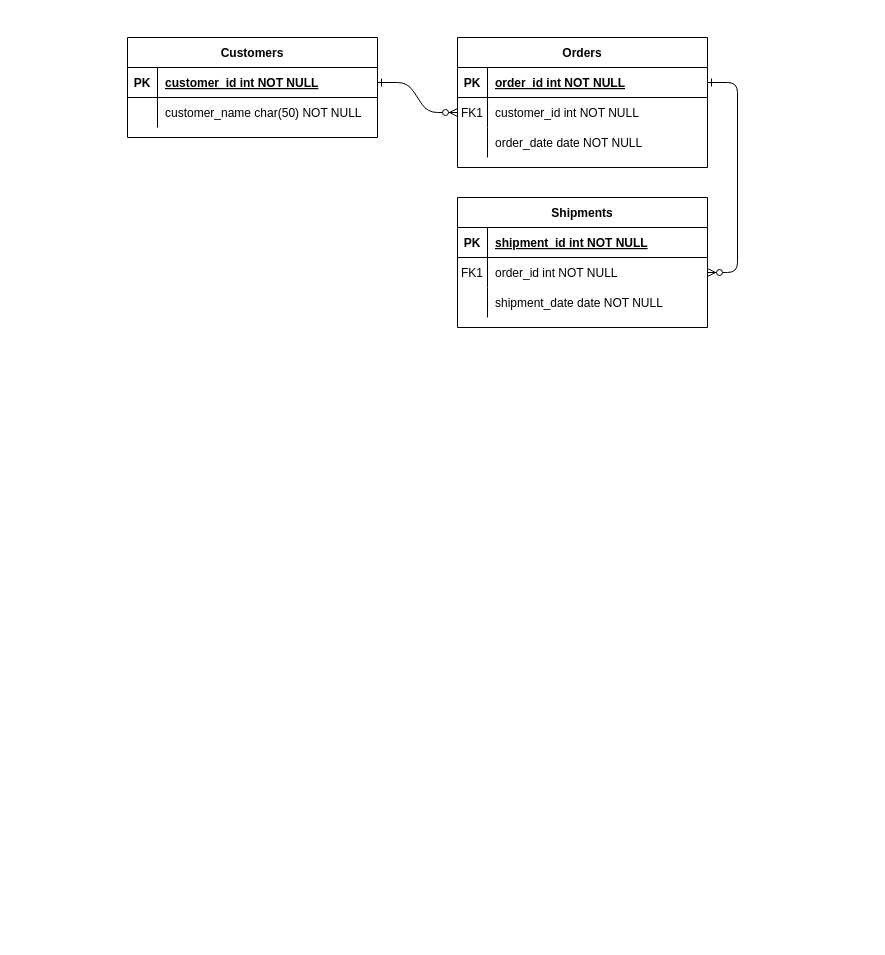
This is Untitled Diagram.drawio from ThronKatze0/shock-clock, a draw.io file, before an edit. Source tidied: cells renumbered, new cells numbered last; positions are measured from the earlier drawing's top-left corner, leaving out a move shared by most shapes. Both pictures are drawn from the tidied source at 100%, with x=0, y=0 at pixel (127, 37).
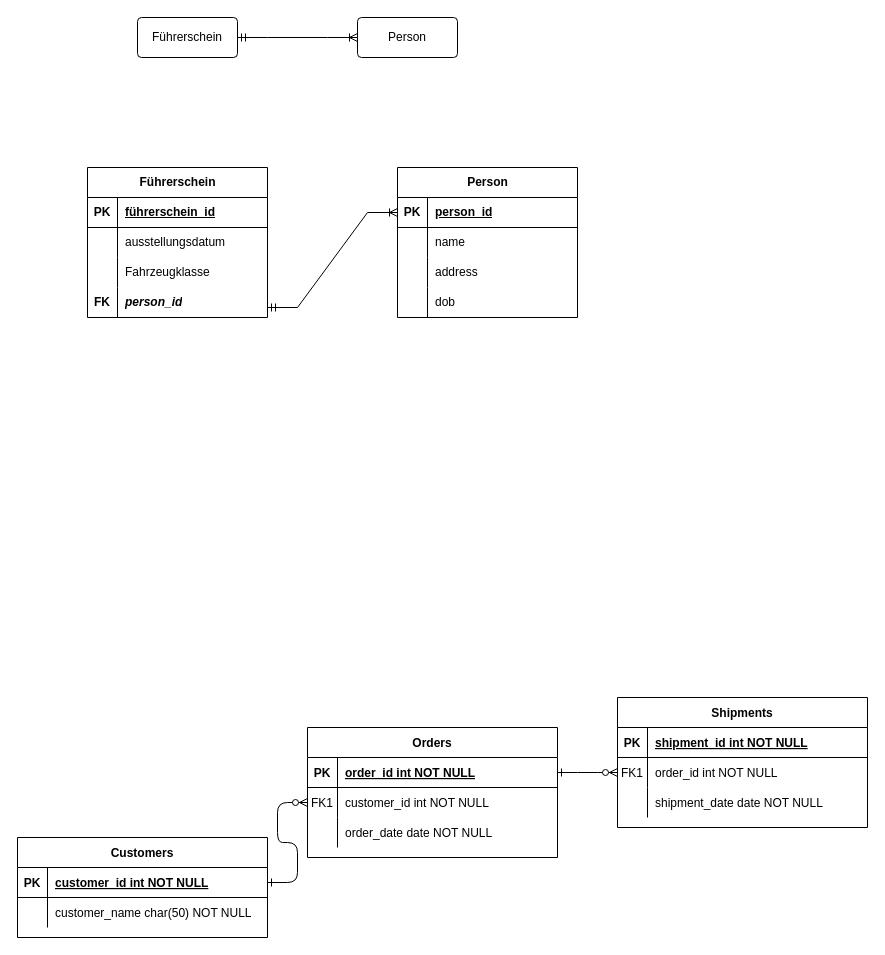
The same page after the edit.

The edit, as a diff of the source:
```diff
@@
     <mxCell id="4" value="Orders" style="shape=table;startSize=30;childLayout=tableLayout;rowLines=0;fontStyle=1;align=center;" parent="1" vertex="1">
-      <mxGeometry x="330" width="250" height="130" as="geometry" />
+      <mxGeometry x="180" y="690" width="250" height="130" as="geometry" />
     </mxCell>
@@
     <mxCell id="14" value="Shipments" style="shape=table;startSize=30;childLayout=tableLayout;rowLines=0;fontStyle=1;align=center;" parent="1" vertex="1">
-      <mxGeometry x="330" y="160" width="250" height="130" as="geometry" />
+      <mxGeometry x="490" y="660" width="250" height="130" as="geometry" />
     </mxCell>
@@
     <mxCell id="24" value="Customers" style="shape=table;startSize=30;childLayout=tableLayout;rowLines=0;fontStyle=1;align=center;" parent="1" vertex="1">
-      <mxGeometry width="250" height="100" as="geometry" />
+      <mxGeometry x="-110" y="800" width="250" height="100" as="geometry" />
     </mxCell>
@@
+    <mxCell id="31" value="Führerschein" style="rounded=1;arcSize=10;whiteSpace=wrap;html=1;align=center;" parent="1" vertex="1">
+      <mxGeometry x="10" y="-20" width="100" height="40" as="geometry" />
+    </mxCell>
+    <mxCell id="32" style="edgeStyle=entityRelationEdgeStyle;fontSize=12;html=1;endArrow=ERoneToMany;startArrow=ERmandOne;rounded=0;exitX=1;exitY=0.5;exitDx=0;exitDy=0;" parent="1" edge="1" source="31" target="33">
+      <mxGeometry relative="1" as="geometry" />
+    </mxCell>
+    <mxCell id="33" value="Person" style="rounded=1;arcSize=10;whiteSpace=wrap;html=1;align=center;" parent="1" vertex="1">
+      <mxGeometry x="230" y="-20" width="100" height="40" as="geometry" />
+    </mxCell>
+    <mxCell id="34" value="Führerschein" style="shape=table;startSize=30;childLayout=tableLayout;rowLines=0;fontStyle=1;align=center;html=1;" parent="1" vertex="1">
+      <mxGeometry x="-40" y="130" width="180" height="150" as="geometry" />
+    </mxCell>
+    <mxCell id="35" style="shape=tableRow;horizontal=0;startSize=0;swimlaneHead=0;swimlaneBody=0;fillColor=none;top=0;left=0;right=0;bottom=1;" parent="34" vertex="1">
+      <mxGeometry y="30" width="180" height="30" as="geometry" />
+    </mxCell>
+    <mxCell id="36" value="PK" style="shape=partialRectangle;fillColor=none;top=0;left=0;bottom=0;right=0;fontStyle=1;overflow=hidden;whiteSpace=wrap;html=1;" parent="35" vertex="1">
+      <mxGeometry width="30" height="30" as="geometry" />
+    </mxCell>
+    <mxCell id="37" value="führerschein_id" style="shape=partialRectangle;fillColor=none;top=0;left=0;bottom=0;right=0;align=left;spacingLeft=6;fontStyle=5;overflow=hidden;whiteSpace=wrap;html=1;" parent="35" vertex="1">
+      <mxGeometry x="30" width="150" height="30" as="geometry" />
+    </mxCell>
+    <mxCell id="38" style="shape=tableRow;horizontal=0;startSize=0;swimlaneHead=0;swimlaneBody=0;fillColor=none;top=0;left=0;right=0;bottom=0;" parent="34" vertex="1">
+      <mxGeometry y="60" width="180" height="30" as="geometry" />
+    </mxCell>
+    <mxCell id="39" style="shape=partialRectangle;fillColor=none;top=0;left=0;bottom=0;right=0;overflow=hidden;whiteSpace=wrap;html=1;" parent="38" vertex="1">
+      <mxGeometry width="30" height="30" as="geometry" />
+    </mxCell>
+    <mxCell id="40" value="ausstellungsdatum" style="shape=partialRectangle;fillColor=none;top=0;left=0;bottom=0;right=0;align=left;spacingLeft=6;overflow=hidden;whiteSpace=wrap;html=1;" parent="38" vertex="1">
+      <mxGeometry x="30" width="150" height="30" as="geometry" />
+    </mxCell>
+    <mxCell id="41" style="shape=tableRow;horizontal=0;startSize=0;swimlaneHead=0;swimlaneBody=0;fillColor=none;top=0;left=0;right=0;bottom=0;" parent="34" vertex="1">
+      <mxGeometry y="90" width="180" height="30" as="geometry" />
+    </mxCell>
+    <mxCell id="42" style="shape=partialRectangle;fillColor=none;top=0;left=0;bottom=0;right=0;overflow=hidden;whiteSpace=wrap;html=1;" parent="41" vertex="1">
+      <mxGeometry width="30" height="30" as="geometry" />
+    </mxCell>
+    <mxCell id="43" value="Fahrzeugklasse" style="shape=partialRectangle;fillColor=none;top=0;left=0;bottom=0;right=0;align=left;spacingLeft=6;overflow=hidden;whiteSpace=wrap;html=1;" parent="41" vertex="1">
+      <mxGeometry x="30" width="150" height="30" as="geometry" />
+    </mxCell>
+    <mxCell id="44" style="shape=tableRow;horizontal=0;startSize=0;swimlaneHead=0;swimlaneBody=0;fillColor=none;top=0;left=0;right=0;bottom=0;" parent="34" vertex="1">
+      <mxGeometry y="120" width="180" height="30" as="geometry" />
+    </mxCell>
+    <mxCell id="45" style="shape=partialRectangle;fillColor=none;top=0;left=0;bottom=0;right=0;overflow=hidden;whiteSpace=wrap;html=1;" parent="44" vertex="1">
+      <mxGeometry width="30" height="30" as="geometry" />
+    </mxCell>
+    <mxCell id="46" style="shape=partialRectangle;fillColor=none;top=0;left=0;bottom=0;right=0;align=left;spacingLeft=6;overflow=hidden;whiteSpace=wrap;html=1;" parent="44" vertex="1">
+      <mxGeometry x="30" width="150" height="30" as="geometry" />
+    </mxCell>
+    <mxCell id="47" value="Person" style="shape=table;startSize=30;childLayout=tableLayout;rowLines=0;fontStyle=1;align=center;html=1;" parent="1" vertex="1">
+      <mxGeometry x="270" y="130" width="180" height="150" as="geometry" />
+    </mxCell>
+    <mxCell id="48" style="shape=tableRow;horizontal=0;startSize=0;swimlaneHead=0;swimlaneBody=0;fillColor=none;points=[[0,0.5],[1,0.5]];portConstraint=eastwest;top=0;left=0;right=0;bottom=1;" parent="47" vertex="1">
+      <mxGeometry y="30" width="180" height="30" as="geometry" />
+    </mxCell>
+    <mxCell id="49" value="PK" style="shape=partialRectangle;fillColor=none;top=0;left=0;bottom=0;right=0;fontStyle=1;overflow=hidden;whiteSpace=wrap;html=1;" parent="48" vertex="1">
+      <mxGeometry width="30" height="30" as="geometry" />
+    </mxCell>
+    <mxCell id="50" value="person_id" style="shape=partialRectangle;fillColor=none;top=0;left=0;bottom=0;right=0;align=left;spacingLeft=6;fontStyle=5;overflow=hidden;whiteSpace=wrap;html=1;" parent="48" vertex="1">
+      <mxGeometry x="30" width="150" height="30" as="geometry" />
+    </mxCell>
+    <mxCell id="51" style="shape=tableRow;horizontal=0;startSize=0;swimlaneHead=0;swimlaneBody=0;fillColor=none;top=0;left=0;right=0;bottom=0;" parent="47" vertex="1">
+      <mxGeometry y="60" width="180" height="30" as="geometry" />
+    </mxCell>
+    <mxCell id="52" style="shape=partialRectangle;fillColor=none;top=0;left=0;bottom=0;right=0;overflow=hidden;whiteSpace=wrap;html=1;" parent="51" vertex="1">
+      <mxGeometry width="30" height="30" as="geometry" />
+    </mxCell>
+    <mxCell id="53" value="name" style="shape=partialRectangle;fillColor=none;top=0;left=0;bottom=0;right=0;align=left;spacingLeft=6;overflow=hidden;whiteSpace=wrap;html=1;" parent="51" vertex="1">
+      <mxGeometry x="30" width="150" height="30" as="geometry" />
+    </mxCell>
+    <mxCell id="54" style="shape=tableRow;horizontal=0;startSize=0;swimlaneHead=0;swimlaneBody=0;fillColor=none;top=0;left=0;right=0;bottom=0;" parent="47" vertex="1">
+      <mxGeometry y="90" width="180" height="30" as="geometry" />
+    </mxCell>
+    <mxCell id="55" style="shape=partialRectangle;fillColor=none;top=0;left=0;bottom=0;right=0;overflow=hidden;whiteSpace=wrap;html=1;" parent="54" vertex="1">
+      <mxGeometry width="30" height="30" as="geometry" />
+    </mxCell>
+    <mxCell id="56" value="address" style="shape=partialRectangle;fillColor=none;top=0;left=0;bottom=0;right=0;align=left;spacingLeft=6;overflow=hidden;whiteSpace=wrap;html=1;" parent="54" vertex="1">
+      <mxGeometry x="30" width="150" height="30" as="geometry" />
+    </mxCell>
+    <mxCell id="57" style="shape=tableRow;horizontal=0;startSize=0;swimlaneHead=0;swimlaneBody=0;fillColor=none;top=0;left=0;right=0;bottom=0;" parent="47" vertex="1">
+      <mxGeometry y="120" width="180" height="30" as="geometry" />
+    </mxCell>
+    <mxCell id="58" style="shape=partialRectangle;fillColor=none;top=0;left=0;bottom=0;right=0;overflow=hidden;whiteSpace=wrap;html=1;" parent="57" vertex="1">
+      <mxGeometry width="30" height="30" as="geometry" />
+    </mxCell>
+    <mxCell id="59" value="dob" style="shape=partialRectangle;fillColor=none;top=0;left=0;bottom=0;right=0;align=left;spacingLeft=6;overflow=hidden;whiteSpace=wrap;html=1;" parent="57" vertex="1">
+      <mxGeometry x="30" width="150" height="30" as="geometry" />
+    </mxCell>
+    <mxCell id="60" value="&lt;b&gt;&lt;i&gt;person_id&lt;/i&gt;&lt;/b&gt;" style="shape=partialRectangle;fillColor=none;top=0;left=0;bottom=0;right=0;align=left;spacingLeft=6;overflow=hidden;whiteSpace=wrap;html=1;" parent="1" vertex="1">
+      <mxGeometry x="-10" y="250" width="150" height="30" as="geometry" />
+    </mxCell>
+    <mxCell id="61" value="FK" style="shape=partialRectangle;fillColor=none;top=0;left=0;bottom=0;right=0;fontStyle=1;overflow=hidden;whiteSpace=wrap;html=1;" parent="1" vertex="1">
+      <mxGeometry x="-40" y="250" width="30" height="30" as="geometry" />
+    </mxCell>
+    <mxCell id="62" style="edgeStyle=entityRelationEdgeStyle;fontSize=12;html=1;endArrow=ERoneToMany;startArrow=ERmandOne;rounded=0;entryX=0;entryY=0.5;entryDx=0;entryDy=0;" parent="1" edge="1" target="48">
+      <mxGeometry relative="1" as="geometry">
+        <mxPoint x="140" y="270" as="sourcePoint" />
+      </mxGeometry>
+    </mxCell>
```
